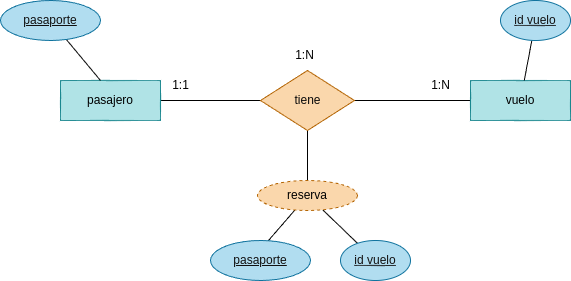
The draw.io diagram tareas/tarea-3/images/ejercicio22.drawio.png in betancorge/base-datos-2, before a commit. Source tidied: cells renumbered, new cells last; positions are measured from the earlier drawing's top-left corner, leaving out a move shared by most shapes.
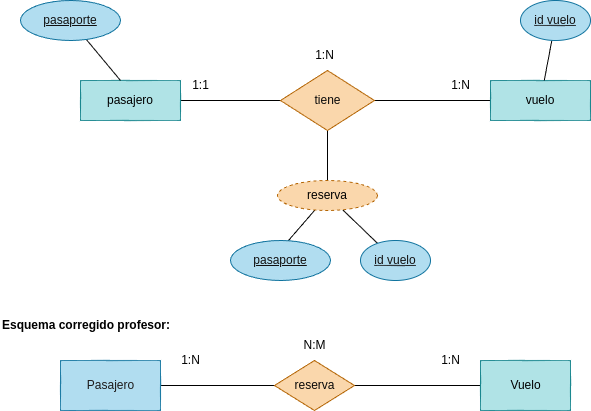
After the commit.

Diff of the diagram source:
```diff
@@ -56,5 +56,32 @@
     <mxCell id="19" value="id vuelo" style="ellipse;whiteSpace=wrap;html=1;align=center;fontStyle=4;fillColor=#b1ddf0;strokeColor=#10739e;fontColor=#121111;" parent="1" vertex="1">
       <mxGeometry x="340" y="240" width="70" height="40" as="geometry" />
     </mxCell>
+    <mxCell id="20" value="&lt;h1 style=&quot;margin-top: 0px;&quot;&gt;&lt;font style=&quot;font-size: 12px;&quot;&gt;Esquema corregido profesor:&lt;/font&gt;&lt;/h1&gt;" style="text;html=1;whiteSpace=wrap;overflow=hidden;rounded=0;" parent="1" vertex="1">
+      <mxGeometry x="-20" y="300" width="190" height="50" as="geometry" />
+    </mxCell>
+    <mxCell id="21" style="edgeStyle=none;html=1;entryX=0;entryY=0.5;entryDx=0;entryDy=0;endArrow=none;endFill=0;" parent="1" edge="1" source="22" target="24">
+      <mxGeometry relative="1" as="geometry" />
+    </mxCell>
+    <mxCell id="22" value="&lt;font color=&quot;#1d1b1b&quot;&gt;Pasajero&lt;/font&gt;" style="html=1;dashed=0;whitespace=wrap;fillColor=#b1ddf0;strokeColor=#10739e;" parent="1" vertex="1">
+      <mxGeometry x="40" y="360" width="100" height="50" as="geometry" />
+    </mxCell>
+    <mxCell id="23" style="edgeStyle=none;html=1;exitX=1;exitY=0.5;exitDx=0;exitDy=0;entryX=0;entryY=0.5;entryDx=0;entryDy=0;endArrow=none;endFill=0;" parent="1" edge="1" source="24" target="25">
+      <mxGeometry relative="1" as="geometry" />
+    </mxCell>
+    <mxCell id="24" value="&lt;font color=&quot;#0a0a0a&quot;&gt;reserva&lt;/font&gt;" style="shape=rhombus;html=1;dashed=0;whitespace=wrap;perimeter=rhombusPerimeter;fillColor=#fad7ac;strokeColor=#b46504;" parent="1" vertex="1">
+      <mxGeometry x="254" y="360" width="80" height="50" as="geometry" />
+    </mxCell>
+    <mxCell id="25" value="&lt;font color=&quot;#000000&quot;&gt;Vuelo&lt;/font&gt;" style="html=1;dashed=0;whitespace=wrap;fillColor=#b0e3e6;strokeColor=#0e8088;" parent="1" vertex="1">
+      <mxGeometry x="460" y="360" width="90" height="50" as="geometry" />
+    </mxCell>
+    <mxCell id="26" value="1:N" style="text;html=1;align=center;verticalAlign=middle;strokeColor=none;fillColor=none;" parent="1" vertex="1">
+      <mxGeometry x="410" y="345" width="40" height="30" as="geometry" />
+    </mxCell>
+    <mxCell id="27" value="N:M" style="text;html=1;align=center;verticalAlign=middle;strokeColor=none;fillColor=none;" parent="1" vertex="1">
+      <mxGeometry x="269" y="330" width="50" height="30" as="geometry" />
+    </mxCell>
+    <mxCell id="28" value="1:N" style="text;html=1;align=center;verticalAlign=middle;strokeColor=none;fillColor=none;" parent="1" vertex="1">
+      <mxGeometry x="150" y="345" width="40" height="30" as="geometry" />
+    </mxCell>
   </root>
 </mxGraphModel>
```
